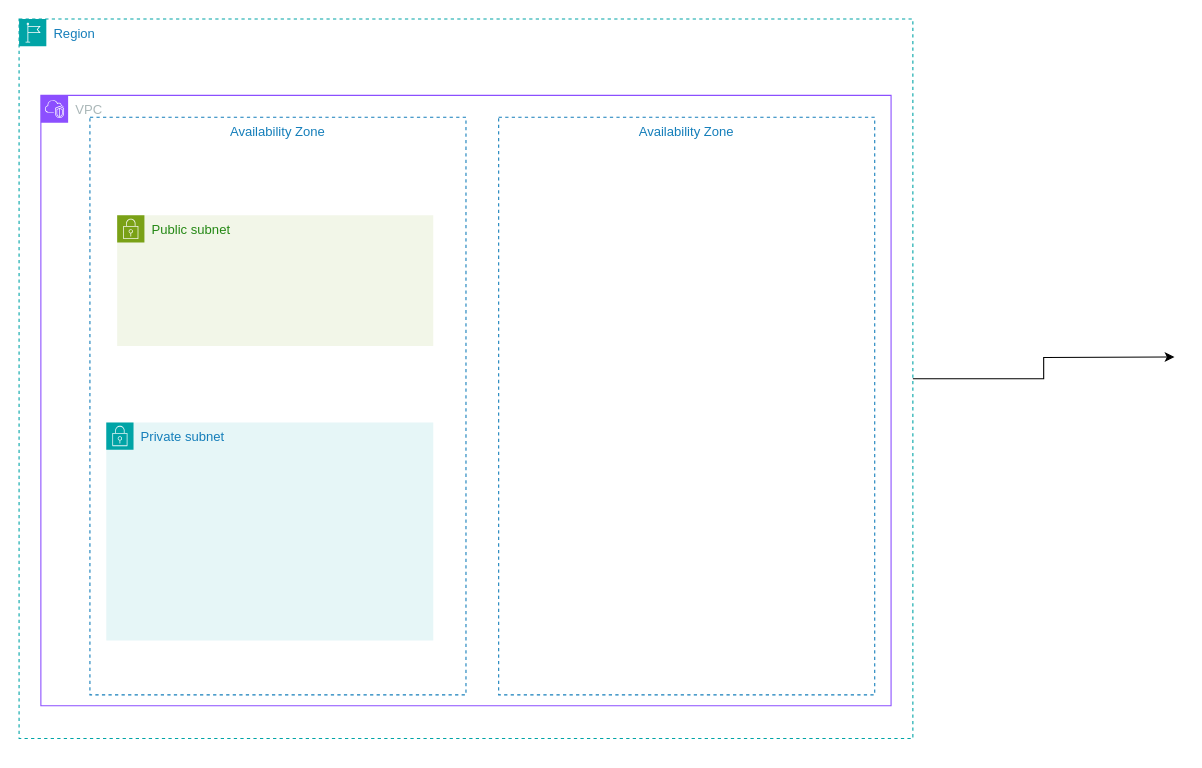
Above: draw-io/3-tier-suitecrm.drawio in saurav-k/draw-io-diagrams (draw.io), before the change. Source tidied: cells renumbered, new cells numbered last; positions are measured from the earlier drawing's top-left corner, leaving out a move shared by most shapes. Both pictures are drawn from the tidied source at 109%, with x=0, y=0 at pixel (19, 19).
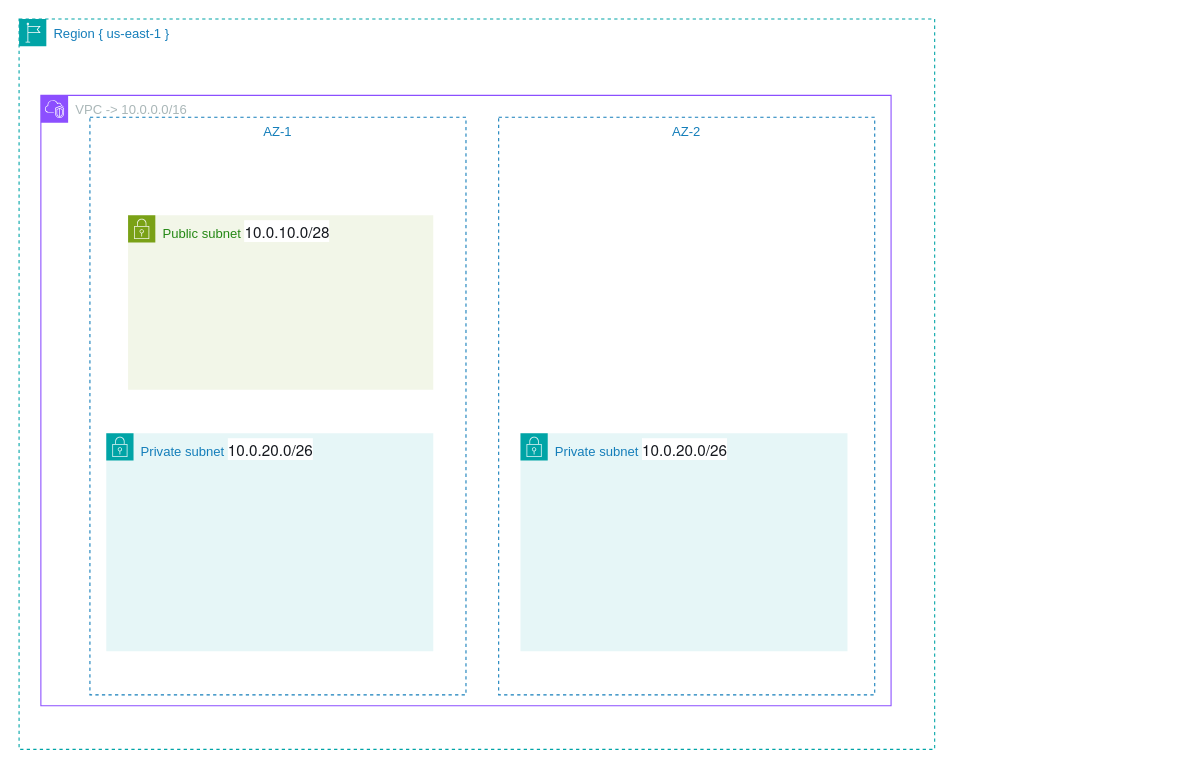
Above is the later version.

Diff of the diagram source:
```diff
@@
 <mxGraphModel>
   <root>
     <mxCell id="0" />
     <mxCell id="1" parent="0" />
-    <mxCell id="2" style="edgeStyle=orthogonalEdgeStyle;rounded=0;jettySize=auto;html=1;exitX=1;exitY=0.5;exitDx=0;exitDy=0;" parent="1" edge="1" source="3">
-      <mxGeometry relative="1" as="geometry">
-        <mxPoint x="1060" y="310" as="targetPoint" />
-      </mxGeometry>
-    </mxCell>
-    <mxCell id="3" value="Region" style="points=[[0,0],[0.25,0],[0.5,0],[0.75,0],[1,0],[1,0.25],[1,0.5],[1,0.75],[1,1],[0.75,1],[0.5,1],[0.25,1],[0,1],[0,0.75],[0,0.5],[0,0.25]];outlineConnect=0;gradientColor=none;html=1;whiteSpace=wrap;fontSize=12;fontStyle=0;shape=mxgraph.aws4.group;grIcon=mxgraph.aws4.group_region;strokeColor=#00A4A6;fillColor=none;verticalAlign=top;align=left;spacingLeft=30;fontColor=#147EBA;dashed=1;" parent="1" vertex="1">
-      <mxGeometry width="820" height="660" as="geometry" />
+    <mxCell id="3" value="Region { us-east-1 }" style="points=[[0,0],[0.25,0],[0.5,0],[0.75,0],[1,0],[1,0.25],[1,0.5],[1,0.75],[1,1],[0.75,1],[0.5,1],[0.25,1],[0,1],[0,0.75],[0,0.5],[0,0.25]];outlineConnect=0;gradientColor=none;html=1;whiteSpace=wrap;fontSize=12;fontStyle=0;shape=mxgraph.aws4.group;grIcon=mxgraph.aws4.group_region;strokeColor=#00A4A6;fillColor=none;verticalAlign=top;align=left;spacingLeft=30;fontColor=#147EBA;dashed=1;" parent="1" vertex="1">
+      <mxGeometry width="840" height="670" as="geometry" />
     </mxCell>
-    <mxCell id="4" value="VPC" style="gradientColor=none;html=1;whiteSpace=wrap;fontSize=12;fontStyle=0;shape=mxgraph.aws4.group;grIcon=mxgraph.aws4.group_vpc2;strokeColor=#8C4FFF;fillColor=none;verticalAlign=top;align=left;spacingLeft=30;fontColor=#AAB7B8;dashed=0;" parent="3" vertex="1">
+    <mxCell id="4" value="VPC -&amp;gt; 10.0.0.0/16" style="gradientColor=none;html=1;whiteSpace=wrap;fontSize=12;fontStyle=0;shape=mxgraph.aws4.group;grIcon=mxgraph.aws4.group_vpc2;strokeColor=#8C4FFF;fillColor=none;verticalAlign=top;align=left;spacingLeft=30;fontColor=#AAB7B8;dashed=0;" parent="3" vertex="1">
       <mxGeometry x="20" y="70" width="780" height="560" as="geometry" />
     </mxCell>
-    <mxCell id="5" value="Availability Zone" style="fillColor=none;strokeColor=#147EBA;dashed=1;verticalAlign=top;fontStyle=0;fontColor=#147EBA;whiteSpace=wrap;html=1;" parent="4" vertex="1">
+    <mxCell id="5" value="AZ-1" style="fillColor=none;strokeColor=#147EBA;dashed=1;verticalAlign=top;fontStyle=0;fontColor=#147EBA;whiteSpace=wrap;html=1;" parent="4" vertex="1">
       <mxGeometry x="45" y="20" width="345" height="530" as="geometry" />
     </mxCell>
-    <mxCell id="6" value="Availability Zone" style="fillColor=none;strokeColor=#147EBA;dashed=1;verticalAlign=top;fontStyle=0;fontColor=#147EBA;whiteSpace=wrap;html=1;" parent="4" vertex="1">
+    <mxCell id="6" value="AZ-2" style="fillColor=none;strokeColor=#147EBA;dashed=1;verticalAlign=top;fontStyle=0;fontColor=#147EBA;whiteSpace=wrap;html=1;" parent="4" vertex="1">
       <mxGeometry x="420" y="20" width="345" height="530" as="geometry" />
     </mxCell>
+    <mxCell id="9" value="Private subnet&amp;nbsp;&lt;span style=&quot;color: rgb(22, 25, 31); font-family: &amp;quot;Amazon Ember&amp;quot;, &amp;quot;Helvetica Neue&amp;quot;, Roboto, Arial, sans-serif; font-size: 14px; background-color: rgb(255, 255, 255);&quot;&gt;10.0.20.0/26&lt;/span&gt;" style="gradientColor=none;html=1;whiteSpace=wrap;fontSize=12;fontStyle=0;shape=mxgraph.aws4.group;grIcon=mxgraph.aws4.group_security_group;grStroke=0;strokeColor=#00A4A6;fillColor=#E6F6F7;verticalAlign=top;align=left;spacingLeft=30;fontColor=#147EBA;dashed=0;" parent="4" vertex="1">
+      <mxGeometry x="440" y="310" width="300" height="200" as="geometry" />
+    </mxCell>
-    <mxCell id="7" value="Private subnet" style="gradientColor=none;html=1;whiteSpace=wrap;fontSize=12;fontStyle=0;shape=mxgraph.aws4.group;grIcon=mxgraph.aws4.group_security_group;grStroke=0;strokeColor=#00A4A6;fillColor=#E6F6F7;verticalAlign=top;align=left;spacingLeft=30;fontColor=#147EBA;dashed=0;" parent="3" vertex="1">
-      <mxGeometry x="80" y="370" width="300" height="200" as="geometry" />
+    <mxCell id="7" value="Private subnet&amp;nbsp;&lt;span style=&quot;color: rgb(22, 25, 31); font-family: &amp;quot;Amazon Ember&amp;quot;, &amp;quot;Helvetica Neue&amp;quot;, Roboto, Arial, sans-serif; font-size: 14px; background-color: rgb(255, 255, 255);&quot;&gt;10.0.20.0/26&lt;/span&gt;" style="gradientColor=none;html=1;whiteSpace=wrap;fontSize=12;fontStyle=0;shape=mxgraph.aws4.group;grIcon=mxgraph.aws4.group_security_group;grStroke=0;strokeColor=#00A4A6;fillColor=#E6F6F7;verticalAlign=top;align=left;spacingLeft=30;fontColor=#147EBA;dashed=0;" parent="4" vertex="1">
+      <mxGeometry x="60" y="310" width="300" height="200" as="geometry" />
     </mxCell>
-    <mxCell id="8" value="Public subnet" style="gradientColor=none;html=1;whiteSpace=wrap;fontSize=12;fontStyle=0;shape=mxgraph.aws4.group;grIcon=mxgraph.aws4.group_security_group;grStroke=0;strokeColor=#7AA116;fillColor=#F2F6E8;verticalAlign=top;align=left;spacingLeft=30;fontColor=#248814;dashed=0;" parent="3" vertex="1">
-      <mxGeometry x="90" y="180" width="290" height="120" as="geometry" />
+    <mxCell id="8" value="Public subnet&amp;nbsp;&lt;span style=&quot;color: rgb(22, 25, 31); font-family: &amp;quot;Amazon Ember&amp;quot;, &amp;quot;Helvetica Neue&amp;quot;, Roboto, Arial, sans-serif; font-size: 14px; background-color: rgb(255, 255, 255);&quot;&gt;10.0.10.0/28&lt;/span&gt;" style="gradientColor=none;html=1;whiteSpace=wrap;fontSize=12;fontStyle=0;shape=mxgraph.aws4.group;grIcon=mxgraph.aws4.group_security_group;grStroke=0;strokeColor=#7AA116;fillColor=#F2F6E8;verticalAlign=top;align=left;spacingLeft=30;fontColor=#248814;dashed=0;" parent="3" vertex="1">
+      <mxGeometry x="100" y="180" width="280" height="160" as="geometry" />
     </mxCell>
   </root>
 </mxGraphModel>
```
